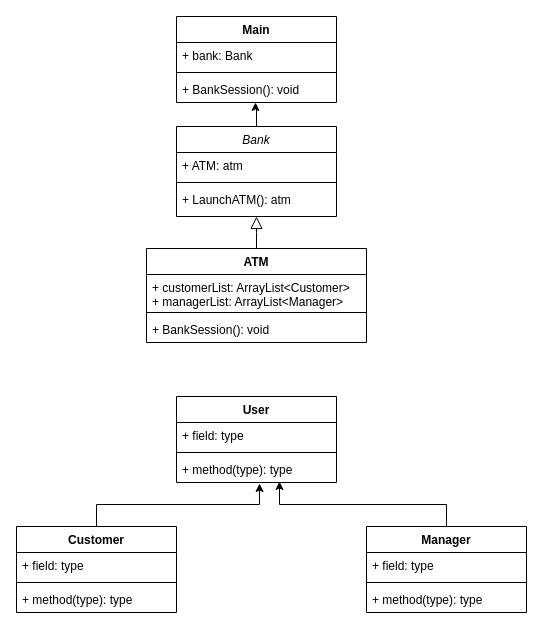
The draw.io diagram BankUML.drawio in mattgilgo/Bank_Final_Project, before the edit. Source tidied: cells renumbered, new cells numbered last; positions are measured from the earlier drawing's top-left corner, leaving out a move shared by most shapes. Both pictures are drawn from the tidied source at 100%, with x=0, y=0 at pixel (16, 16).
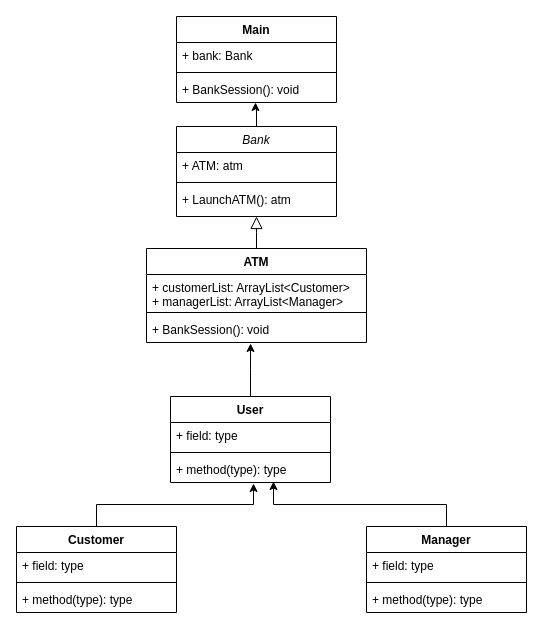
The same page after the edit.

The change refers to these unchanged cells:
```xml
<mxCell id="15" value="+ BankSession(): void" style="text;strokeColor=none;fillColor=none;align=left;verticalAlign=top;spacingLeft=4;spacingRight=4;overflow=hidden;points=[[0,0.5],[1,0.5]];portConstraint=eastwest;" parent="12" vertex="1">
  <mxGeometry y="68" width="220" height="26" as="geometry" />
</mxCell>
```

Change to the diagram source:
```diff
@@
+    <mxCell id="30" style="edgeStyle=orthogonalEdgeStyle;rounded=0;jettySize=auto;html=1;entryX=0.473;entryY=1.038;entryDx=0;entryDy=0;entryPerimeter=0;" parent="1" edge="1" source="16" target="15">
+      <mxGeometry relative="1" as="geometry" />
+    </mxCell>
     <mxCell id="16" value="User" style="swimlane;fontStyle=1;align=center;verticalAlign=top;horizontal=1;startSize=26;" parent="1" vertex="1">
-      <mxGeometry x="160" y="380" width="160" height="86" as="geometry" />
+      <mxGeometry x="154" y="380" width="160" height="86" as="geometry" />
     </mxCell>
```
